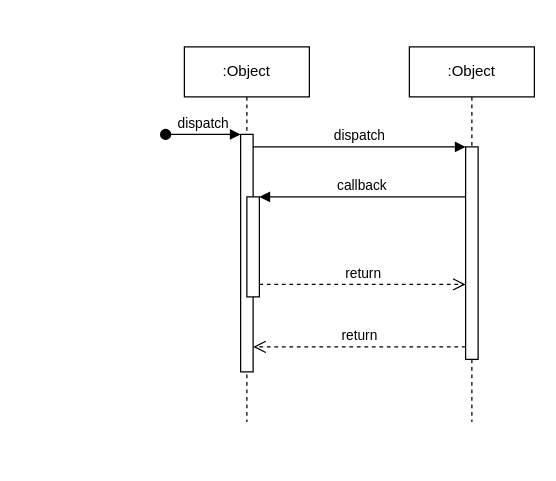
This is Untitled Diagram.drawio from 2GODOFDEATH4/Crush, a draw.io file, before an edit. Source tidied: cells renumbered, new cells numbered last; positions are measured from the earlier drawing's top-left corner, leaving out a move shared by most shapes. Both pictures are drawn from the tidied source at 125%, with x=0, y=0 at pixel (165, 46).
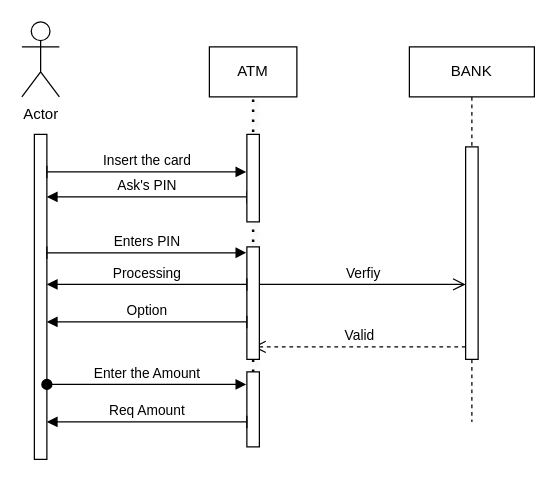
The same page after the edit.

The change refers to these unchanged cells:
```xml
<mxCell id="7" style="html=1;points=[];perimeter=orthogonalPerimeter;outlineConnect=0;targetShapes=umlLifeline;portConstraint=eastwest;newEdgeStyle={&quot;edgeStyle&quot;:&quot;elbowEdgeStyle&quot;,&quot;elbow&quot;:&quot;vertical&quot;,&quot;curved&quot;:0,&quot;rounded&quot;:0};" parent="6" vertex="1">
  <mxGeometry x="45" y="80" width="10" height="170" as="geometry" />
</mxCell>
```

The edit, as a diff of the source:
```diff
@@
-    <mxCell id="2" value=":Object" style="shape=umlLifeline;perimeter=lifelinePerimeter;whiteSpace=wrap;html=1;newEdgeStyle={&quot;edgeStyle&quot;:&quot;elbowEdgeStyle&quot;,&quot;elbow&quot;:&quot;vertical&quot;,&quot;curved&quot;:0,&quot;rounded&quot;:0};" parent="1" vertex="1">
-      <mxGeometry x="15" width="100" height="300" as="geometry" />
-    </mxCell>
-    <mxCell id="3" style="html=1;points=[];perimeter=orthogonalPerimeter;outlineConnect=0;targetShapes=umlLifeline;portConstraint=eastwest;newEdgeStyle={&quot;edgeStyle&quot;:&quot;elbowEdgeStyle&quot;,&quot;elbow&quot;:&quot;vertical&quot;,&quot;curved&quot;:0,&quot;rounded&quot;:0};" parent="2" vertex="1">
-      <mxGeometry x="45" y="70" width="10" height="190" as="geometry" />
-    </mxCell>
-    <mxCell id="4" value="dispatch" style="html=1;verticalAlign=bottom;startArrow=oval;endArrow=block;startSize=8;edgeStyle=elbowEdgeStyle;elbow=vertical;curved=0;rounded=0;" parent="2" edge="1" target="3">
-      <mxGeometry relative="1" as="geometry">
-        <mxPoint x="-15" y="70" as="sourcePoint" />
-      </mxGeometry>
-    </mxCell>
-    <mxCell id="5" style="html=1;points=[];perimeter=orthogonalPerimeter;outlineConnect=0;targetShapes=umlLifeline;portConstraint=eastwest;newEdgeStyle={&quot;edgeStyle&quot;:&quot;elbowEdgeStyle&quot;,&quot;elbow&quot;:&quot;vertical&quot;,&quot;curved&quot;:0,&quot;rounded&quot;:0};" parent="2" vertex="1">
-      <mxGeometry x="50" y="120" width="10" height="80" as="geometry" />
-    </mxCell>
+    <mxCell id="12" style="endArrow=none;dashed=1;html=1;dashPattern=1 3;strokeWidth=2;rounded=0;entryX=0.5;entryY=1;entryDx=0;entryDy=0;shadow=1;" parent="1" edge="1" source="22" target="25">
+      <mxGeometry relative="1" as="geometry">
+        <Array as="points">
+          <mxPoint x="70" y="100" />
+        </Array>
+      </mxGeometry>
+    </mxCell>
-    <mxCell id="6" value=":Object" style="shape=umlLifeline;perimeter=lifelinePerimeter;whiteSpace=wrap;html=1;newEdgeStyle={&quot;edgeStyle&quot;:&quot;elbowEdgeStyle&quot;,&quot;elbow&quot;:&quot;vertical&quot;,&quot;curved&quot;:0,&quot;rounded&quot;:0};" parent="1" vertex="1">
+    <mxCell id="6" value="BANK" style="shape=umlLifeline;perimeter=lifelinePerimeter;whiteSpace=wrap;html=1;newEdgeStyle={&quot;edgeStyle&quot;:&quot;elbowEdgeStyle&quot;,&quot;elbow&quot;:&quot;vertical&quot;,&quot;curved&quot;:0,&quot;rounded&quot;:0};" parent="1" vertex="1">
       <mxGeometry x="195" width="100" height="300" as="geometry" />
     </mxCell>
@@
-    <mxCell id="8" value="dispatch" style="html=1;verticalAlign=bottom;endArrow=block;edgeStyle=elbowEdgeStyle;elbow=vertical;curved=0;rounded=0;" parent="1" edge="1" source="3" target="7">
-      <mxGeometry relative="1" as="geometry">
-        <Array as="points">
-          <mxPoint x="155" y="80" />
-        </Array>
-      </mxGeometry>
-    </mxCell>
-    <mxCell id="9" value="return" style="html=1;verticalAlign=bottom;endArrow=open;dashed=1;endSize=8;edgeStyle=elbowEdgeStyle;elbow=vertical;curved=0;rounded=0;" parent="1" edge="1" source="7" target="3">
+    <mxCell id="9" value="Valid" style="html=1;verticalAlign=bottom;endArrow=open;dashed=1;endSize=8;edgeStyle=elbowEdgeStyle;elbow=vertical;curved=0;rounded=0;" parent="1" edge="1" source="7">
       <mxGeometry relative="1" as="geometry">
+        <mxPoint x="70" y="240" as="targetPoint" />
         <Array as="points">
           <mxPoint x="165" y="240" />
         </Array>
       </mxGeometry>
     </mxCell>
-    <mxCell id="10" value="callback" style="html=1;verticalAlign=bottom;endArrow=block;edgeStyle=elbowEdgeStyle;elbow=vertical;curved=0;rounded=0;" parent="1" edge="1" source="7" target="5">
-      <mxGeometry relative="1" as="geometry">
-        <Array as="points">
-          <mxPoint x="165" y="120" />
-        </Array>
-      </mxGeometry>
-    </mxCell>
-    <mxCell id="11" value="return" style="html=1;verticalAlign=bottom;endArrow=open;dashed=1;endSize=8;edgeStyle=elbowEdgeStyle;elbow=vertical;curved=0;rounded=0;" parent="1" edge="1" source="5" target="7">
+    <mxCell id="11" value="Verfiy" style="html=1;verticalAlign=bottom;endArrow=open;endSize=8;edgeStyle=elbowEdgeStyle;elbow=vertical;curved=0;rounded=0;" parent="1" edge="1" target="7">
       <mxGeometry relative="1" as="geometry">
+        <mxPoint x="75" y="190" as="sourcePoint" />
         <Array as="points">
           <mxPoint x="155" y="190" />
         </Array>
       </mxGeometry>
     </mxCell>
+    <mxCell id="13" style="html=1;perimeter=orthogonalPerimeter;targetShapes=umlLifeline;newEdgeStyle={&quot;curved&quot;:0,&quot;rounded&quot;:0};" parent="1" vertex="1">
+      <mxGeometry x="-105" y="70" width="10" height="260" as="geometry" />
+    </mxCell>
+    <mxCell id="14" value="Actor" style="shape=umlActor;verticalLabelPosition=bottom;verticalAlign=top;html=1;" parent="1" vertex="1">
+      <mxGeometry x="-115" y="-20" width="30" height="60" as="geometry" />
+    </mxCell>
+    <mxCell id="15" value="Insert the card" style="html=1;verticalAlign=bottom;startArrow=baseDash;startFill=0;endArrow=block;startSize=8;curved=0;rounded=0;" parent="1" edge="1">
+      <mxGeometry relative="1" as="geometry">
+        <mxPoint x="-95" y="100" as="sourcePoint" />
+        <mxPoint x="64.5" y="100" as="targetPoint" />
+      </mxGeometry>
+    </mxCell>
+    <mxCell id="16" value="Ask's PIN" style="html=1;verticalAlign=bottom;startArrow=baseDash;startFill=0;endArrow=block;startSize=8;curved=0;rounded=0;" parent="1" edge="1" source="18">
+      <mxGeometry relative="1" as="geometry">
+        <mxPoint x="-95" y="120" as="targetPoint" />
+      </mxGeometry>
+    </mxCell>
+    <mxCell id="17" value="Enters PIN" style="html=1;verticalAlign=bottom;startArrow=baseDash;startFill=0;endArrow=block;startSize=8;curved=0;rounded=0;" parent="1" edge="1">
+      <mxGeometry relative="1" as="geometry">
+        <mxPoint x="-95" y="164.7" as="sourcePoint" />
+        <mxPoint x="64.5" y="164.7" as="targetPoint" />
+      </mxGeometry>
+    </mxCell>
+    <mxCell id="18" style="html=1;points=[[0,0,0,0,5],[0,1,0,0,-5],[1,0,0,0,5],[1,1,0,0,-5]];perimeter=orthogonalPerimeter;outlineConnect=0;targetShapes=umlLifeline;portConstraint=eastwest;newEdgeStyle={&quot;curved&quot;:0,&quot;rounded&quot;:0};" parent="1" vertex="1">
+      <mxGeometry x="65" y="70" width="10" height="70" as="geometry" />
+    </mxCell>
+    <mxCell id="19" style="html=1;points=[[0,0,0,0,5],[0,1,0,0,-5],[1,0,0,0,5],[1,1,0,0,-5]];perimeter=orthogonalPerimeter;outlineConnect=0;targetShapes=umlLifeline;portConstraint=eastwest;newEdgeStyle={&quot;curved&quot;:0,&quot;rounded&quot;:0};" parent="1" vertex="1">
+      <mxGeometry x="65" y="160" width="10" height="90" as="geometry" />
+    </mxCell>
+    <mxCell id="20" value="Processing" style="html=1;verticalAlign=bottom;startArrow=baseDash;startFill=0;endArrow=block;startSize=8;curved=0;rounded=0;" parent="1" edge="1" source="19">
+      <mxGeometry relative="1" as="geometry">
+        <mxPoint x="-95" y="190" as="targetPoint" />
+      </mxGeometry>
+    </mxCell>
+    <mxCell id="21" value="Option" style="html=1;verticalAlign=bottom;startArrow=baseDash;startFill=0;endArrow=block;startSize=8;curved=0;rounded=0;" parent="1" edge="1" source="19">
+      <mxGeometry relative="1" as="geometry">
+        <mxPoint x="-95" y="220" as="targetPoint" />
+      </mxGeometry>
+    </mxCell>
+    <mxCell id="22" style="html=1;points=[[0,0,0,0,5],[0,1,0,0,-5],[1,0,0,0,5],[1,1,0,0,-5]];perimeter=orthogonalPerimeter;outlineConnect=0;targetShapes=umlLifeline;portConstraint=eastwest;newEdgeStyle={&quot;curved&quot;:0,&quot;rounded&quot;:0};" parent="1" vertex="1">
+      <mxGeometry x="65" y="260" width="10" height="60" as="geometry" />
+    </mxCell>
+    <mxCell id="23" value="Enter the Amount" style="html=1;verticalAlign=bottom;startArrow=oval;startFill=1;endArrow=block;startSize=8;curved=0;rounded=0;" parent="1" edge="1">
+      <mxGeometry relative="1" as="geometry">
+        <mxPoint x="-95" y="270" as="sourcePoint" />
+        <mxPoint x="64.5" y="270" as="targetPoint" />
+      </mxGeometry>
+    </mxCell>
+    <mxCell id="24" value="Req Amount" style="html=1;verticalAlign=bottom;startArrow=baseDash;startFill=0;endArrow=block;startSize=8;curved=0;rounded=0;" parent="1" edge="1" source="22">
+      <mxGeometry relative="1" as="geometry">
+        <mxPoint x="-95" y="300" as="targetPoint" />
+      </mxGeometry>
+    </mxCell>
+    <mxCell id="25" value="ATM" style="rounded=0;whiteSpace=wrap;html=1;" parent="1" vertex="1">
+      <mxGeometry x="35" width="70" height="40" as="geometry" />
+    </mxCell>
```
